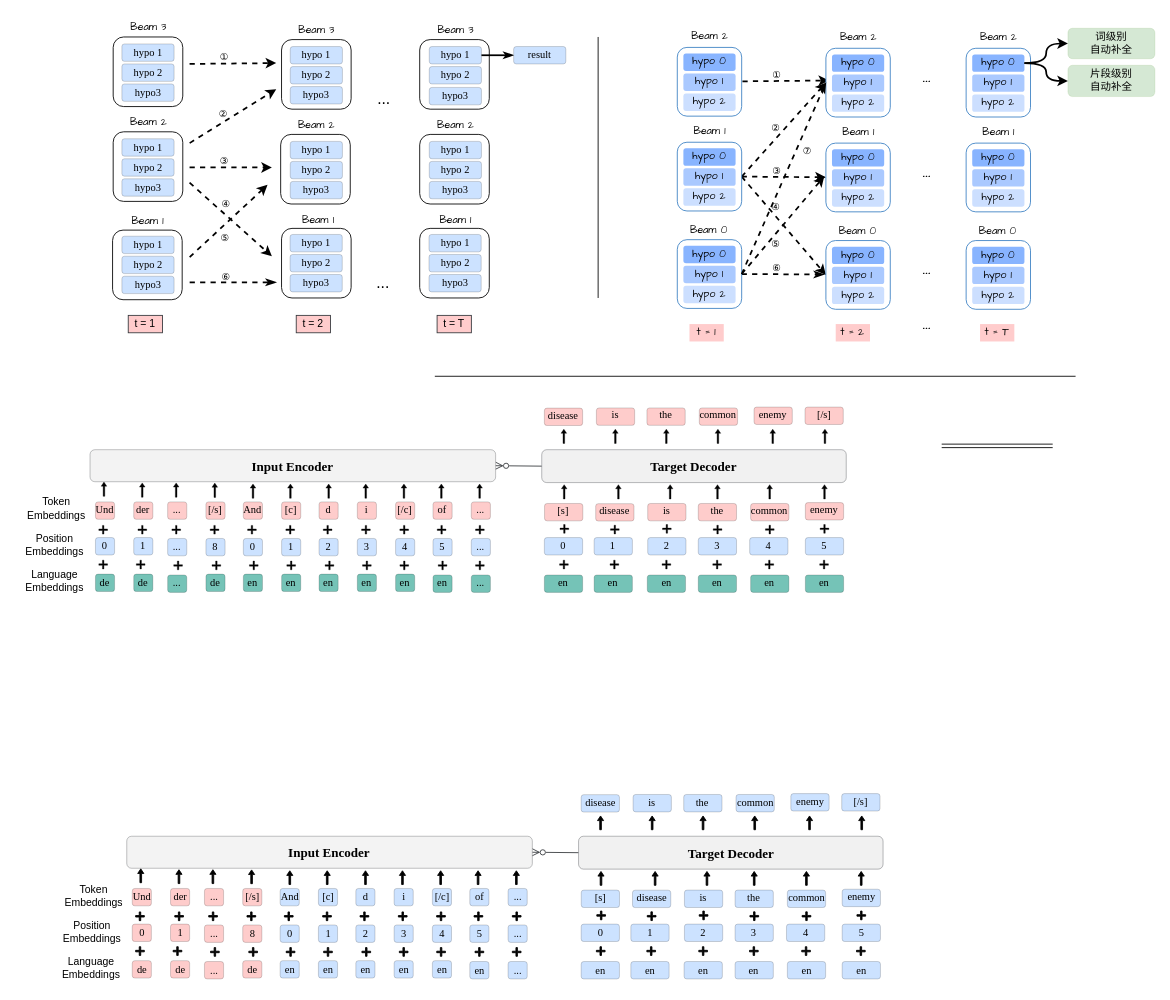
The draw.io diagram hard_constrained.drawio in yc1999/electra_pytorch, before the edit. Source tidied: cells renumbered, new cells numbered last; positions are measured from the earlier drawing's top-left corner, leaving out a move shared by most shapes. Both pictures are drawn from the tidied source at 87%, with x=0, y=0 at pixel (15, 15).
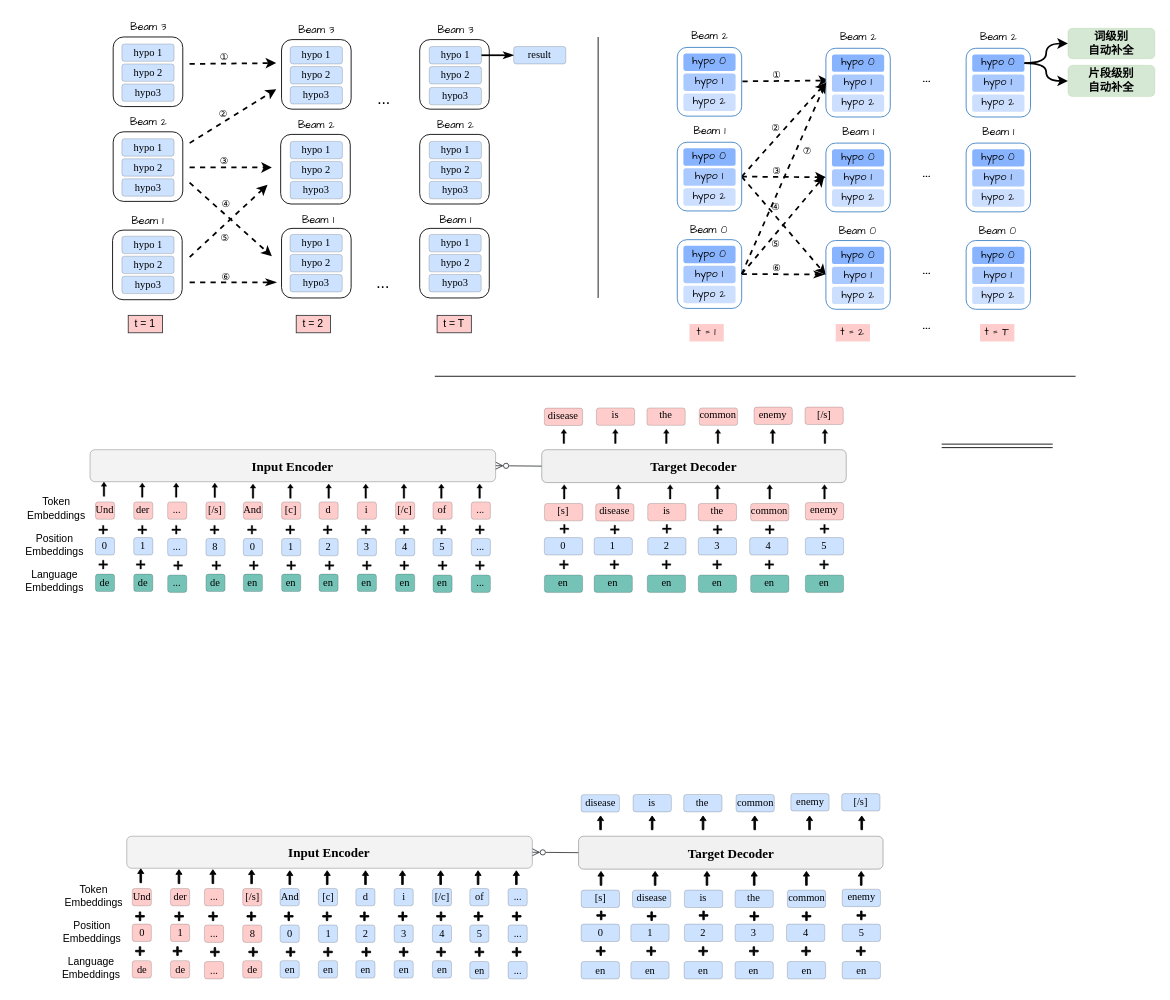
The same page after the edit.

The edit, as a diff of the source:
```diff
@@
-    <mxCell id="318" value="&lt;span style=&quot;font-size: 12px;&quot;&gt;词级别&lt;br&gt;自动补全&lt;br&gt;&lt;/span&gt;" style="rounded=1;whiteSpace=wrap;html=1;fontFamily=Comic Sans MS;fontSize=2;strokeColor=#82b366;rotation=0;fillColor=#d5e8d4;strokeWidth=0.2;" parent="1" vertex="1">
+    <mxCell id="318" value="&lt;span style=&quot;font-size: 13px;&quot;&gt;&lt;b&gt;词级别&lt;br&gt;自动补全&lt;/b&gt;&lt;br&gt;&lt;/span&gt;" style="rounded=1;whiteSpace=wrap;html=1;fontFamily=Comic Sans MS;fontSize=2;strokeColor=#82b366;rotation=0;fillColor=#d5e8d4;strokeWidth=0.2;" parent="1" vertex="1">
       <mxGeometry x="1210" y="15" width="100" height="35" as="geometry" />
     </mxCell>
@@
-    <mxCell id="382" value="&lt;span style=&quot;font-size: 12px;&quot;&gt;片段级别&lt;br&gt;自动补全&lt;/span&gt;" style="rounded=1;whiteSpace=wrap;html=1;fontFamily=Comic Sans MS;fontSize=2;strokeColor=#82b366;rotation=0;fillColor=#d5e8d4;strokeWidth=0.2;" parent="1" vertex="1">
+    <mxCell id="382" value="&lt;span style=&quot;font-size: 13px;&quot;&gt;&lt;b&gt;片段级别&lt;br&gt;自动补全&lt;/b&gt;&lt;/span&gt;" style="rounded=1;whiteSpace=wrap;html=1;fontFamily=Comic Sans MS;fontSize=2;strokeColor=#82b366;rotation=0;fillColor=#d5e8d4;strokeWidth=0.2;" parent="1" vertex="1">
       <mxGeometry x="1210" y="57.5" width="100" height="36" as="geometry" />
     </mxCell>
```
